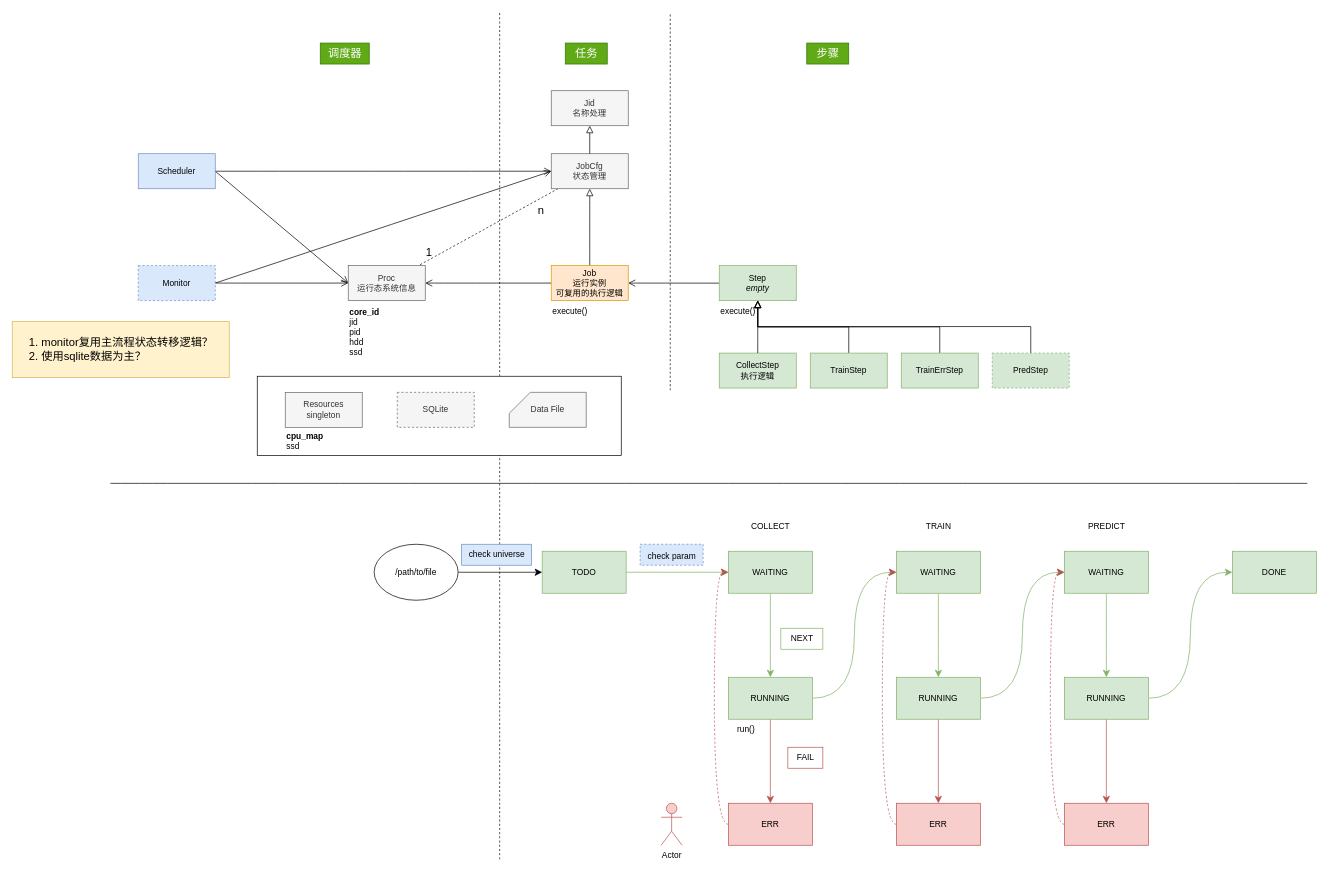
mistyeye11/drawio keeps this draw.io diagram as practice.drawio. Above is the earlier version. Source tidied: cells renumbered, new cells numbered last; positions are measured from the earlier drawing's top-left corner, leaving out a move shared by most shapes. Both pictures are drawn from the tidied source at 70%, with x=0, y=0 at pixel (12, 12).
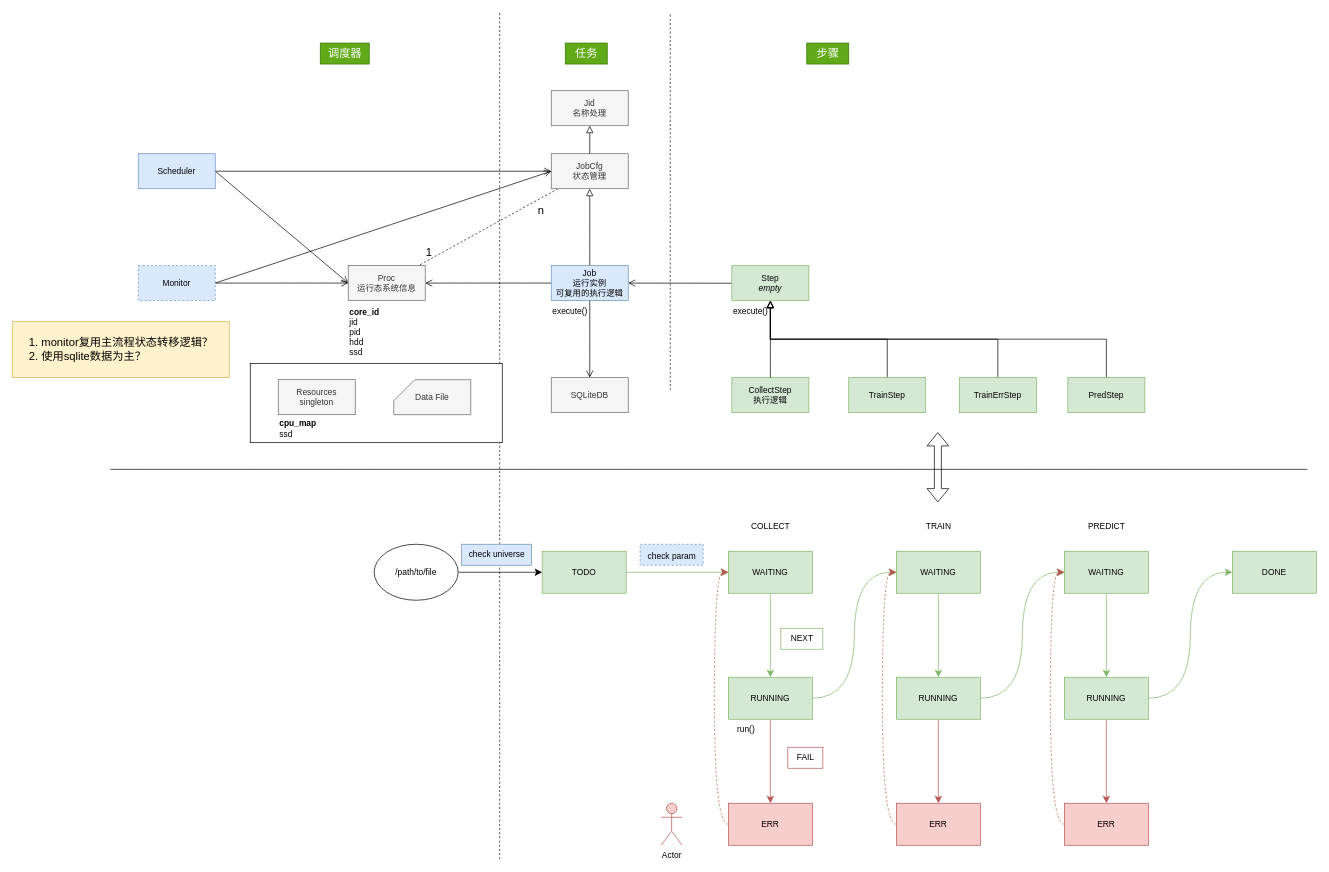
Above is the later version.

Unchanged cells that the change refers to:
```xml
<mxCell id="52" style="group;" parent="1" vertex="1">
  <mxGeometry x="770" y="361.9" width="110" height="80" as="geometry" />
</mxCell>
```

What changed in the source:
```diff
@@
-    <mxCell id="53" value="&lt;div&gt;Job&lt;/div&gt;&lt;div&gt;运行实例&lt;/div&gt;&lt;div&gt;可复用的执行逻辑&lt;br&gt;&lt;/div&gt;" style="html=1;whiteSpace=wrap;fillColor=#ffe6cc;strokeColor=#d79b00;" parent="52" vertex="1">
+    <mxCell id="53" value="&lt;div&gt;Job&lt;/div&gt;&lt;div&gt;运行实例&lt;/div&gt;&lt;div&gt;可复用的执行逻辑&lt;br&gt;&lt;/div&gt;" style="html=1;whiteSpace=wrap;fillColor=#dae8fc;strokeColor=#6c8ebf;" parent="52" vertex="1">
       <mxGeometry width="110" height="50" as="geometry" />
     </mxCell>
@@
     <mxCell id="60" style="endArrow=none;html=1;rounded=0;fontSize=12;startSize=8;endSize=8;curved=1;" parent="1" edge="1">
       <mxGeometry relative="1" as="geometry">
-        <mxPoint x="140" y="673" as="sourcePoint" />
-        <mxPoint x="1850" y="673" as="targetPoint" />
+        <mxPoint x="140" y="653" as="sourcePoint" />
+        <mxPoint x="1850" y="653" as="targetPoint" />
       </mxGeometry>
     </mxCell>
     <mxCell id="61" value="&lt;div&gt;CollectStep&lt;/div&gt;&lt;div&gt;执行逻辑&lt;br&gt;&lt;/div&gt;" style="html=1;whiteSpace=wrap;fillColor=#d5e8d4;strokeColor=#82b366;" parent="1" vertex="1">
-      <mxGeometry x="1010" y="486.9" width="110" height="50" as="geometry" />
+      <mxGeometry x="1028" y="522" width="110" height="50" as="geometry" />
     </mxCell>
@@
     <mxCell id="63" value="TrainStep" style="html=1;whiteSpace=wrap;fillColor=#d5e8d4;strokeColor=#82b366;" parent="1" vertex="1">
-      <mxGeometry x="1140" y="486.9" width="110" height="50" as="geometry" />
+      <mxGeometry x="1195" y="522" width="110" height="50" as="geometry" />
     </mxCell>
@@
     <mxCell id="65" value="&lt;div&gt;TrainErrStep&lt;/div&gt;" style="html=1;whiteSpace=wrap;fillColor=#d5e8d4;strokeColor=#82b366;" parent="1" vertex="1">
-      <mxGeometry x="1270" y="486.9" width="110" height="50" as="geometry" />
+      <mxGeometry x="1353" y="522" width="110" height="50" as="geometry" />
     </mxCell>
@@
-    <mxCell id="67" value="&lt;div&gt;PredStep&lt;/div&gt;" style="html=1;whiteSpace=wrap;fillColor=#d5e8d4;strokeColor=#82b366;dashed=1;" parent="1" vertex="1">
-      <mxGeometry x="1400" y="486.9" width="110" height="50" as="geometry" />
+    <mxCell id="67" value="&lt;div&gt;PredStep&lt;/div&gt;" style="html=1;whiteSpace=wrap;fillColor=#d5e8d4;strokeColor=#82b366;" parent="1" vertex="1">
+      <mxGeometry x="1508" y="522" width="110" height="50" as="geometry" />
     </mxCell>
@@
-    <mxCell id="72" style="group;" parent="1" vertex="1">
-      <mxGeometry x="350" y="520" width="520" height="113" as="geometry" />
-    </mxCell>
+    <mxCell id="79" value="&lt;ol&gt;&lt;li&gt;monitor复用主流程状态转移逻辑？&lt;/li&gt;&lt;li&gt;使用sqlite数据为主？&lt;br&gt;&lt;/li&gt;&lt;/ol&gt;" style="text;html=1;align=left;verticalAlign=middle;strokeColor=#d6b656;fillColor=#fff2cc;fontSize=16;" parent="1" vertex="1">
+      <mxGeometry y="442" width="310" height="80" as="geometry" />
+    </mxCell>
+    <mxCell id="80" style="group;" parent="1" vertex="1">
+      <mxGeometry x="1028" y="362.1" width="110" height="79.9" as="geometry" />
+    </mxCell>
+    <mxCell id="81" value="&lt;div&gt;Step&lt;/div&gt;&lt;div&gt;&lt;i&gt;empty&lt;/i&gt;&lt;/div&gt;" style="html=1;whiteSpace=wrap;fillColor=#d5e8d4;strokeColor=#82b366;" parent="80" vertex="1">
+      <mxGeometry width="110" height="50" as="geometry" />
+    </mxCell>
+    <mxCell id="82" value="execute()" style="text;html=1;align=left;verticalAlign=middle;strokeColor=none;fillColor=none;fontSize=12;" parent="80" vertex="1">
+      <mxGeometry y="49.9" width="70" height="30" as="geometry" />
+    </mxCell>
+    <mxCell id="78" value="SQLiteDB" style="html=1;whiteSpace=wrap;fillColor=#f5f5f5;strokeColor=#666666;fontColor=#333333;" parent="1" vertex="1">
+      <mxGeometry x="770" y="522" width="110" height="50" as="geometry" />
+    </mxCell>
+    <mxCell id="83" style="group;" parent="1" vertex="1">
+      <mxGeometry x="340" y="501.9" width="360" height="113" as="geometry" />
+    </mxCell>
-    <mxCell id="73" style="rounded=0;whiteSpace=wrap;html=1;" parent="72" vertex="1">
-      <mxGeometry width="520" height="113" as="geometry" />
+    <mxCell id="73" style="rounded=0;whiteSpace=wrap;html=1;" parent="83" vertex="1">
+      <mxGeometry width="360" height="113" as="geometry" />
     </mxCell>
-    <mxCell id="74" style="group;" parent="72" vertex="1">
+    <mxCell id="74" style="group;" parent="83" vertex="1">
       <mxGeometry x="40" y="23" width="110" height="90" as="geometry" />
     </mxCell>
@@
-    <mxCell id="77" value="Data File" style="html=1;whiteSpace=wrap;fillColor=#f5f5f5;strokeColor=#666666;shape=card;fontColor=#333333;" parent="72" vertex="1">
-      <mxGeometry x="360" y="23" width="110" height="50" as="geometry" />
+    <mxCell id="77" value="Data File" style="html=1;whiteSpace=wrap;fillColor=#f5f5f5;strokeColor=#666666;shape=card;fontColor=#333333;" parent="83" vertex="1">
+      <mxGeometry x="205" y="23" width="110" height="50" as="geometry" />
     </mxCell>
-    <mxCell id="78" value="SQLite" style="html=1;whiteSpace=wrap;fillColor=#f5f5f5;strokeColor=#666666;dashed=1;fontColor=#333333;" parent="72" vertex="1">
-      <mxGeometry x="200" y="23" width="110" height="50" as="geometry" />
-    </mxCell>
-    <mxCell id="79" value="&lt;ol&gt;&lt;li&gt;monitor复用主流程状态转移逻辑？&lt;/li&gt;&lt;li&gt;使用sqlite数据为主？&lt;br&gt;&lt;/li&gt;&lt;/ol&gt;" style="text;html=1;align=left;verticalAlign=middle;strokeColor=#d6b656;fillColor=#fff2cc;fontSize=16;" parent="1" vertex="1">
-      <mxGeometry y="442" width="310" height="80" as="geometry" />
-    </mxCell>
-    <mxCell id="80" style="group;" parent="1" vertex="1">
-      <mxGeometry x="1010" y="362" width="110" height="79.9" as="geometry" />
-    </mxCell>
-    <mxCell id="81" value="&lt;div&gt;Step&lt;/div&gt;&lt;div&gt;&lt;i&gt;empty&lt;/i&gt;&lt;/div&gt;" style="html=1;whiteSpace=wrap;fillColor=#d5e8d4;strokeColor=#82b366;" parent="80" vertex="1">
-      <mxGeometry width="110" height="50" as="geometry" />
-    </mxCell>
-    <mxCell id="82" value="execute()" style="text;html=1;align=left;verticalAlign=middle;strokeColor=none;fillColor=none;fontSize=12;" parent="80" vertex="1">
-      <mxGeometry y="49.9" width="70" height="30" as="geometry" />
-    </mxCell>
+    <mxCell id="84" style="edgeStyle=none;curved=1;rounded=0;jettySize=auto;html=1;exitX=0.5;exitY=1;exitDx=0;exitDy=0;entryX=0.5;entryY=0;entryDx=0;entryDy=0;fontSize=12;startSize=8;endSize=8;endArrow=open;endFill=0;" parent="1" edge="1" source="53" target="78">
+      <mxGeometry relative="1" as="geometry" />
+    </mxCell>
+    <mxCell id="85" style="endArrow=classic;startArrow=classic;html=1;rounded=0;fontSize=12;curved=1;shape=flexArrow;" parent="1" edge="1">
+      <mxGeometry relative="1" as="geometry">
+        <mxPoint x="1322.3" y="700" as="sourcePoint" />
+        <mxPoint x="1322.3" y="600" as="targetPoint" />
+      </mxGeometry>
+    </mxCell>
```
